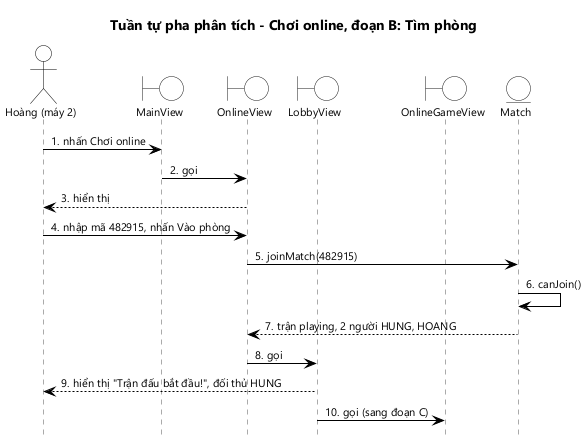
Earlier version of the PlantUML export docs/hung/tuan-tu-phan-tich-uc05b.png (HungNguyenBa1811/math-dash).
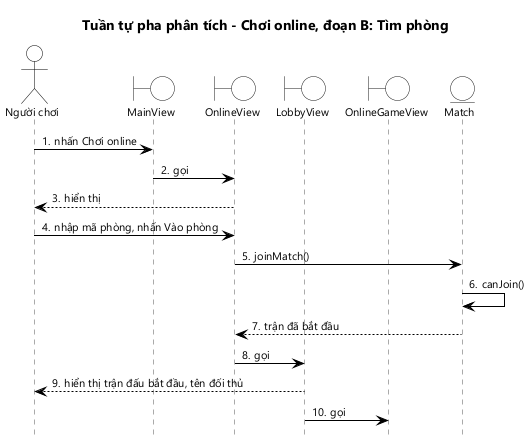
After the commit.

The edit, as a diff of the source:
```diff
@@ -2,7 +2,7 @@
 !include _seq.iuml
 title Tuần tự pha phân tích - Chơi online, đoạn B: Tìm phòng
 
-actor "Hoàng (máy 2)" as U
+actor "Người chơi" as U
 boundary MainView as MV
 boundary OnlineView as OV
 boundary LobbyView as LV
@@ -12,11 +12,11 @@
 U -> MV : nhấn Chơi online
 MV -> OV : gọi
 OV --> U : hiển thị
-U -> OV : nhập mã 482915, nhấn Vào phòng
-OV -> M : joinMatch(482915)
+U -> OV : nhập mã phòng, nhấn Vào phòng
+OV -> M : joinMatch()
 M -> M : canJoin()
-M --> OV : trận playing, 2 người HUNG, HOANG
+M --> OV : trận đã bắt đầu
 OV -> LV : gọi
-LV --> U : hiển thị "Trận đấu bắt đầu!", đối thủ HUNG
-LV -> GV : gọi (sang đoạn C)
+LV --> U : hiển thị trận đấu bắt đầu, tên đối thủ
+LV -> GV : gọi
 @enduml
```
